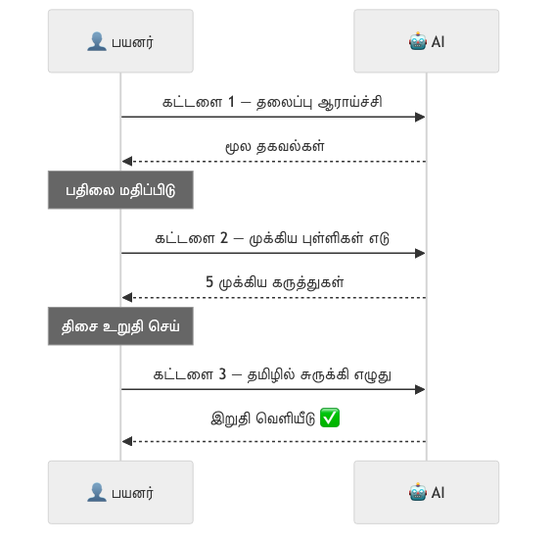
This is book/images/diagrams/prompt-chaining-flow.png from kpassoubady/tamil-prompt-standard, a Mermaid export, as it was before one commit. Its source is kept beside it as book/images/diagrams/prompt-chaining-flow.mmd. Its diagram source:
```mermaid
sequenceDiagram
    participant U as 👤 பயனர்
    participant A as 🤖 AI

    U->>A: கட்டளை 1 — தலைப்பு ஆராய்ச்சி
    A-->>U: மூல தகவல்கள்
    Note over U: பதிலை மதிப்பிடு
    U->>A: கட்டளை 2 — முக்கிய புள்ளிகள் எடு
    A-->>U: 5 முக்கிய கருத்துகள்
    Note over U: திசை உறுதி செய்
    U->>A: கட்டளை 3 — தமிழில் சுருக்கி எழுது
    A-->>U: இறுதி வெளியீடு ✅
```
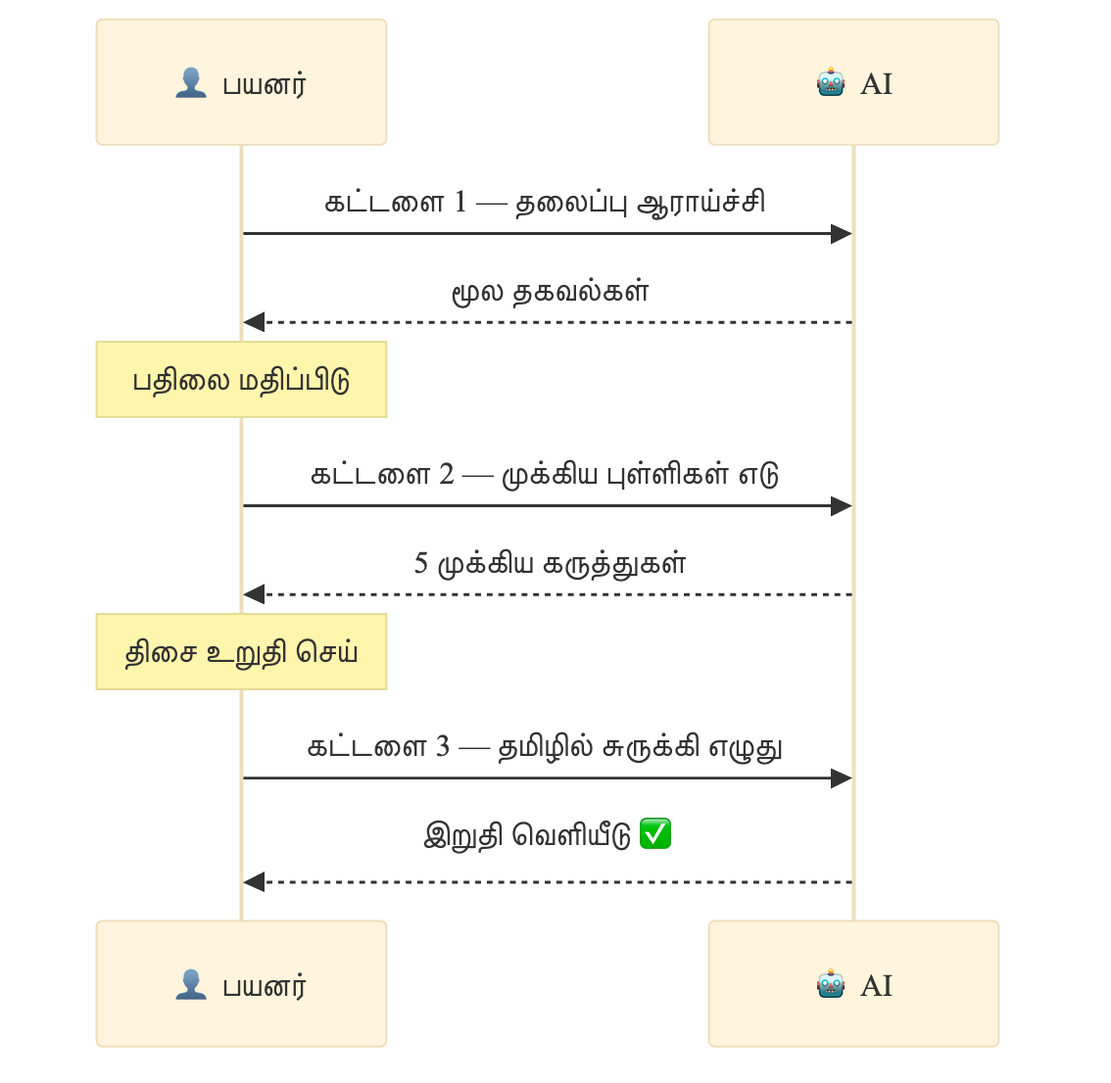
Above is the later version.

Change to the diagram source:
```diff
@@ -1,3 +1,4 @@
+%%{init: {'theme': 'base', 'themeVariables': { 'fontSize': '22px', 'fontFamily': 'Arial, Helvetica, sans-serif', 'fontWeight': '600'}}}%%
 sequenceDiagram
     participant U as 👤 பயனர்
     participant A as 🤖 AI
```
